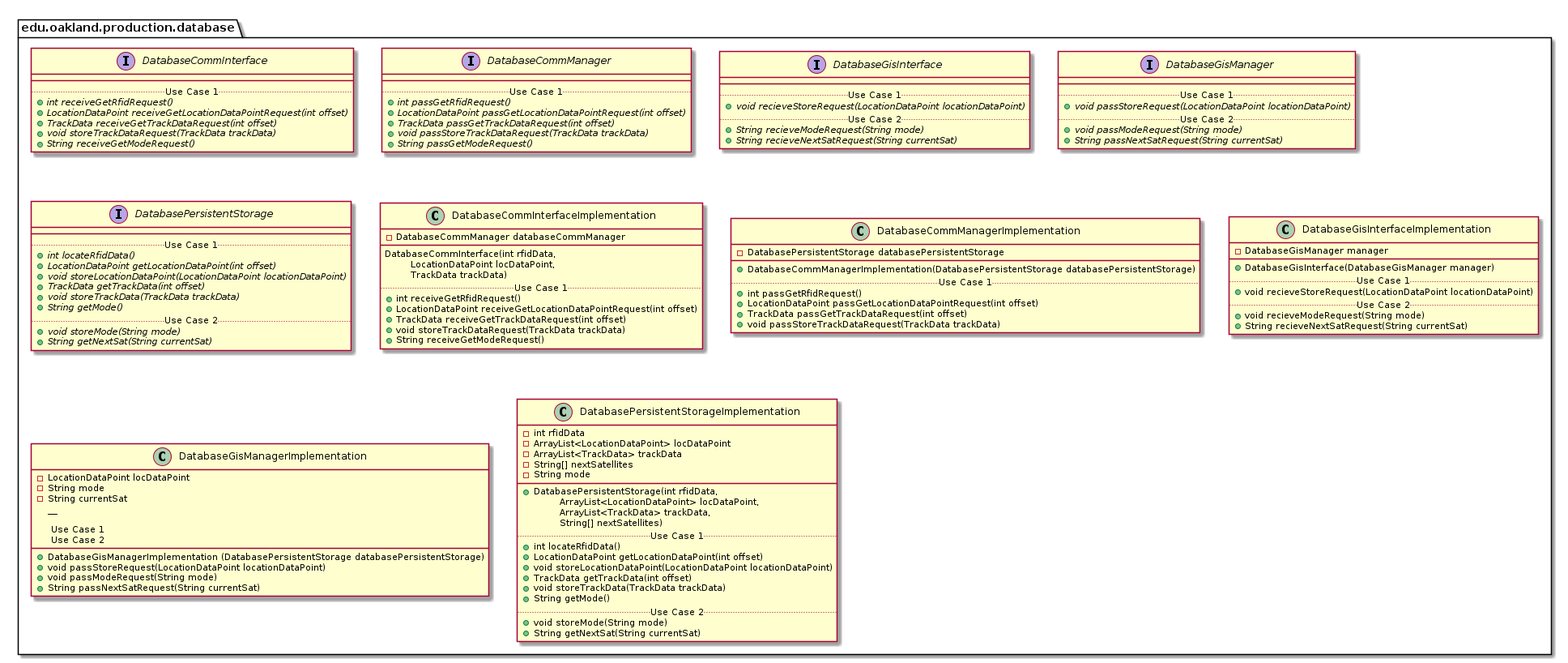
Earlier version of the PlantUML export docs/uml-class-diagrams/database/production/DatabaseProductionPackage.png (elilley15/csi-3370-software-project). Its diagram source:
```plantuml
@startuml DatabaseProductionPackage

package edu.oakland.production.database {

}


package edu.oakland.production.database {
    interface DatabaseCommInterface {
        __
        .. Use Case 1 ..
        {abstract} + int receiveGetRfidRequest()
        {abstract} + LocationDataPoint receiveGetLocationDataPointRequest(int offset)
        {abstract} + TrackData receiveGetTrackDataRequest(int offset)
        {abstract} + void storeTrackDataRequest(TrackData trackData)
        {abstract} + String receiveGetModeRequest()
    }
}


package edu.oakland.production.database {
    interface DatabaseCommManager {
        __
        .. Use Case 1 ..
        {abstract} + int passGetRfidRequest()
        {abstract} + LocationDataPoint passGetLocationDataPointRequest(int offset)
        {abstract} + TrackData passGetTrackDataRequest(int offset)
        {abstract} + void passStoreTrackDataRequest(TrackData trackData)
        {abstract} + String passGetModeRequest()
    }
}


package edu.oakland.production.database {
    interface DatabaseGisInterface {
        __
        .. Use Case 1 ..
        {abstract} + void recieveStoreRequest(LocationDataPoint locationDataPoint)
        .. Use Case 2 ..
        {abstract} + String recieveModeRequest(String mode)
        {abstract} + String recieveNextSatRequest(String currentSat)
    }
}


package edu.oakland.production.database {
    interface DatabaseGisManager {
        __
        .. Use Case 1 ..
        {abstract} + void passStoreRequest(LocationDataPoint locationDataPoint)
        .. Use Case 2 ..
        {abstract} + void passModeRequest(String mode)
        {abstract} + String passNextSatRequest(String currentSat)
    }
}


package edu.oakland.production.database {
    interface DatabasePersistentStorage {
        __
        .. Use Case 1 ..
        {abstract} + int locateRfidData()
        {abstract} + LocationDataPoint getLocationDataPoint(int offset)
        {abstract} + void storeLocationDataPoint(LocationDataPoint locationDataPoint)
        {abstract} + TrackData getTrackData(int offset)
        {abstract} + void storeTrackData(TrackData trackData)
        {abstract} + String getMode()
        .. Use Case 2 ..
        {abstract} + void storeMode(String mode)
        {abstract} + String getNextSat(String currentSat)
    }
}


package edu.oakland.production.database {
    class DatabaseCommInterfaceImplementation {
        - DatabaseCommManager databaseCommManager
        __
        DatabaseCommInterface(int rfidData,
        \tLocationDataPoint locDataPoint,
        \tTrackData trackData)
        .. Use Case 1 ..
        + int receiveGetRfidRequest()
        + LocationDataPoint receiveGetLocationDataPointRequest(int offset)
        + TrackData receiveGetTrackDataRequest(int offset)
        + void storeTrackDataRequest(TrackData trackData)
        + String receiveGetModeRequest()
    }
}


package edu.oakland.production.database {
    class DatabaseCommManagerImplementation {
        - DatabasePersistentStorage databasePersistentStorage
        __
        + DatabaseCommManagerImplementation(DatabasePersistentStorage databasePersistentStorage)
        .. Use Case 1 ..
        + int passGetRfidRequest()
        + LocationDataPoint passGetLocationDataPointRequest(int offset)
        + TrackData passGetTrackDataRequest(int offset)
        + void passStoreTrackDataRequest(TrackData trackData)
    }
}


package edu.oakland.production.database {
    class DatabaseGisInterfaceImplementation {
        - DatabaseGisManager manager
        __
        + DatabaseGisInterface(DatabaseGisManager manager)
        .. Use Case 1 ..
        + void recieveStoreRequest(LocationDataPoint locationDataPoint)
        .. Use Case 2 ..
        + void recieveModeRequest(String mode)
        + String recieveNextSatRequest(String currentSat)
    }
}


package edu.oakland.production.database {
    class DatabaseGisManagerImplementation {
    	- LocationDataPoint locDataPoint
    	- String mode
    	- String currentSat
          __
        + DatabaseGisManagerImplementation (DatabasePersistentStorage databasePersistentStorage)

        .. Use Case 1 ..
        + void passStoreRequest(LocationDataPoint locationDataPoint)
        .. Use Case 2 ..
        + void passModeRequest(String mode)
        + String passNextSatRequest(String currentSat)
    }
}


package edu.oakland.production.database {
    class DatabasePersistentStorageImplementation {
        - int rfidData
        - ArrayList<LocationDataPoint> locDataPoint
        - ArrayList<TrackData> trackData
        - String[] nextSatellites
        - String mode
        __
        + DatabasePersistentStorage(int rfidData,
        \tArrayList<LocationDataPoint> locDataPoint,
        \tArrayList<TrackData> trackData,
        \tString[] nextSatellites)
        .. Use Case 1 ..
        + int locateRfidData()
        + LocationDataPoint getLocationDataPoint(int offset)
        + void storeLocationDataPoint(LocationDataPoint locationDataPoint)
        + TrackData getTrackData(int offset)
        + void storeTrackData(TrackData trackData)
        + String getMode()
        .. Use Case 2 ..
        + void storeMode(String mode)
        + String getNextSat(String currentSat)
    }
}


@enduml
```
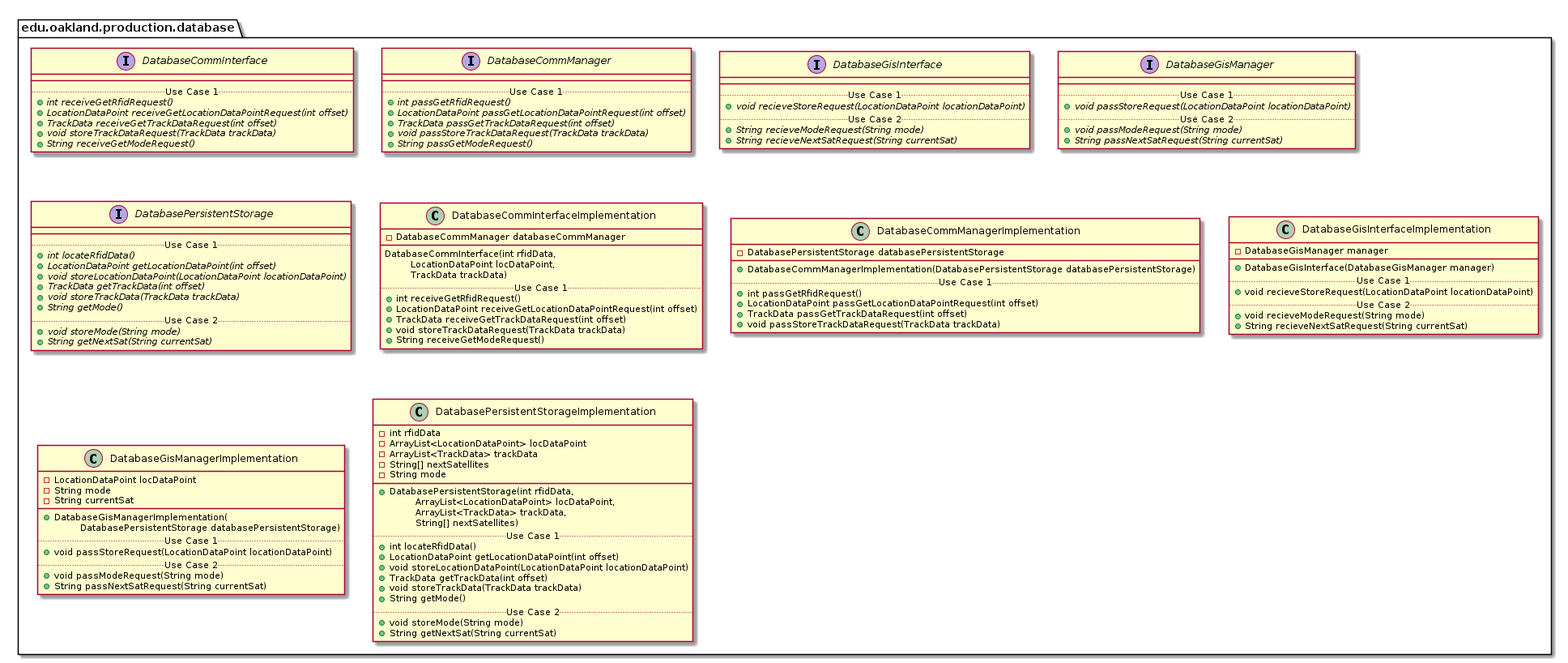
Above is the later version.

The edit, as a diff of the source:
```diff
@@ -119,12 +119,12 @@
 
 package edu.oakland.production.database {
     class DatabaseGisManagerImplementation {
-    	- LocationDataPoint locDataPoint
-    	- String mode
-    	- String currentSat
-          __
-        + DatabaseGisManagerImplementation (DatabasePersistentStorage databasePersistentStorage)
-
+        - LocationDataPoint locDataPoint
+        - String mode
+        - String currentSat
+        __
+        + DatabaseGisManagerImplementation(
+        \tDatabasePersistentStorage databasePersistentStorage)
         .. Use Case 1 ..
         + void passStoreRequest(LocationDataPoint locationDataPoint)
         .. Use Case 2 ..
```
